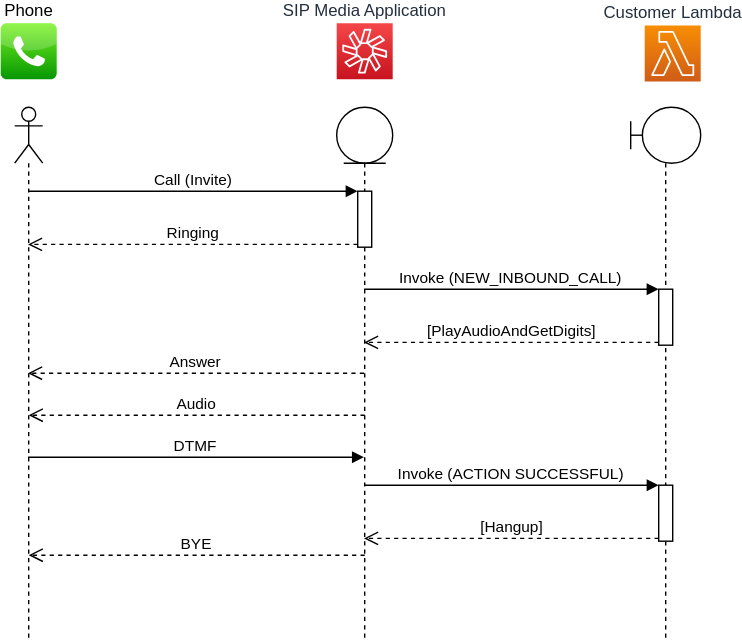
Above: images/Architecture.svg in thomas-mz/chime-sipmediaapplication-samples (draw.io), before the change. Source tidied: cells renumbered, new cells last; positions are measured from the earlier drawing's top-left corner, leaving out a move shared by most shapes.
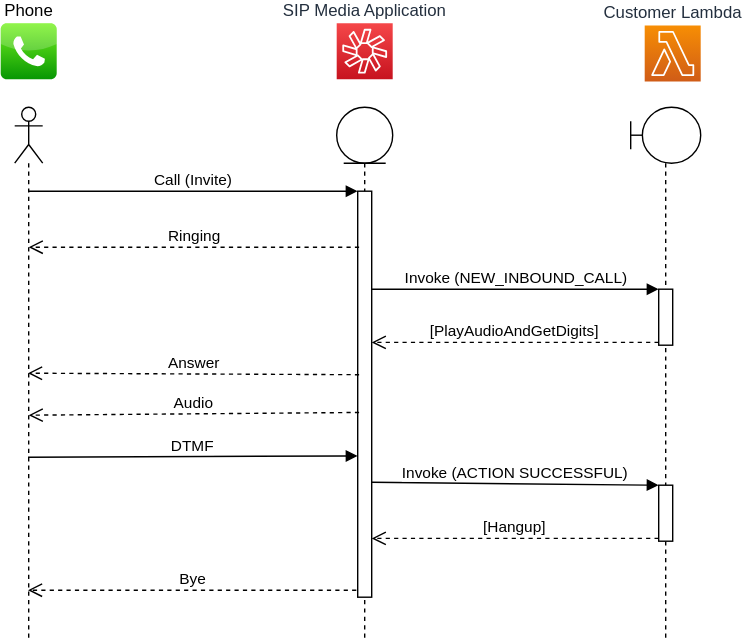
Above is the later version.

The edit, as a diff of the source:
```diff
@@ -15,7 +15,7 @@
       <mxGeometry x="240" y="60" width="40" height="380" as="geometry" />
     </mxCell>
     <mxCell id="6" style="html=1;points=[];perimeter=orthogonalPerimeter;" parent="5" vertex="1">
-      <mxGeometry x="15" y="60" width="10" height="40" as="geometry" />
+      <mxGeometry x="15" y="60" width="10" height="290" as="geometry" />
     </mxCell>
     <mxCell id="7" style="shape=umlLifeline;participant=umlActor;perimeter=lifelinePerimeter;whiteSpace=wrap;html=1;verticalAlign=top;spacingTop=36;labelBackgroundColor=#ffffff;outlineConnect=0;" parent="1" vertex="1">
       <mxGeometry x="10" y="60" width="20" height="380" as="geometry" />
@@ -32,43 +32,41 @@
     <mxCell id="11" value="Call (Invite)" style="html=1;verticalAlign=bottom;endArrow=block;entryX=0;entryY=0;" parent="1" edge="1" source="7" target="6">
       <mxGeometry relative="1" as="geometry" />
     </mxCell>
-    <mxCell id="12" value="Ringing" style="html=1;verticalAlign=bottom;endArrow=open;dashed=1;endSize=8;exitX=0;exitY=0.95;" parent="1" edge="1" source="6" target="7">
-      <mxGeometry relative="1" as="geometry" />
+    <mxCell id="12" value="Bye" style="html=1;verticalAlign=bottom;endArrow=open;endSize=8;exitX=-0.1;exitY=0.983;exitDx=0;exitDy=0;exitPerimeter=0;dashed=1;" parent="1" edge="1" source="6">
+      <mxGeometry relative="1" as="geometry">
+        <mxPoint x="19.5" y="405" as="targetPoint" />
+      </mxGeometry>
     </mxCell>
-    <mxCell id="13" value="Invoke (NEW_INBOUND_CALL)" style="html=1;verticalAlign=bottom;endArrow=block;entryX=0;entryY=0;" parent="1" edge="1" source="5" target="9">
+    <mxCell id="13" value="Invoke (NEW_INBOUND_CALL)" style="html=1;verticalAlign=bottom;endArrow=block;entryX=0;entryY=0;" parent="1" edge="1" source="6" target="9">
       <mxGeometry relative="1" as="geometry" />
     </mxCell>
-    <mxCell id="14" value="[PlayAudioAndGetDigits]" style="html=1;verticalAlign=bottom;endArrow=open;dashed=1;endSize=8;exitX=0;exitY=0.95;" parent="1" edge="1" source="9" target="5">
+    <mxCell id="14" value="[PlayAudioAndGetDigits]" style="html=1;verticalAlign=bottom;endArrow=open;dashed=1;endSize=8;exitX=0;exitY=0.95;" parent="1" edge="1" source="9" target="6">
       <mxGeometry relative="1" as="geometry" />
     </mxCell>
-    <mxCell id="15" value="Answer" style="html=1;verticalAlign=bottom;endArrow=open;dashed=1;endSize=8;" parent="1" edge="1">
+    <mxCell id="15" value="Answer" style="html=1;verticalAlign=bottom;endArrow=open;dashed=1;endSize=8;exitX=0.1;exitY=0.452;exitDx=0;exitDy=0;exitPerimeter=0;" parent="1" edge="1" source="6">
       <mxGeometry relative="1" as="geometry">
-        <mxPoint x="259.5" y="250" as="sourcePoint" />
         <mxPoint x="19.5" y="250" as="targetPoint" />
       </mxGeometry>
     </mxCell>
-    <mxCell id="16" value="Audio" style="html=1;verticalAlign=bottom;endArrow=open;endSize=8;dashed=1;" parent="1" edge="1">
+    <mxCell id="16" value="Audio" style="html=1;verticalAlign=bottom;endArrow=open;endSize=8;dashed=1;exitX=0.1;exitY=0.545;exitDx=0;exitDy=0;exitPerimeter=0;" parent="1" edge="1" source="6">
       <mxGeometry relative="1" as="geometry">
-        <mxPoint x="260" y="280" as="sourcePoint" />
         <mxPoint x="20" y="280" as="targetPoint" />
       </mxGeometry>
     </mxCell>
-    <mxCell id="17" value="DTMF" style="html=1;verticalAlign=bottom;endArrow=block;" parent="1" edge="1">
+    <mxCell id="17" value="DTMF" style="html=1;verticalAlign=bottom;endArrow=block;entryX=0;entryY=0.652;entryDx=0;entryDy=0;entryPerimeter=0;" parent="1" edge="1" target="6">
       <mxGeometry relative="1" as="geometry">
         <mxPoint x="19.5" y="310" as="sourcePoint" />
-        <mxPoint x="259.5" y="310" as="targetPoint" />
       </mxGeometry>
     </mxCell>
-    <mxCell id="18" value="Invoke (ACTION SUCCESSFUL)" style="html=1;verticalAlign=bottom;endArrow=block;entryX=0;entryY=0;" parent="1" edge="1" source="5" target="10">
+    <mxCell id="18" value="Invoke (ACTION SUCCESSFUL)" style="html=1;verticalAlign=bottom;endArrow=block;entryX=0;entryY=0;exitX=1;exitY=0.717;exitDx=0;exitDy=0;exitPerimeter=0;" parent="1" edge="1" source="6" target="10">
       <mxGeometry relative="1" as="geometry" />
     </mxCell>
-    <mxCell id="19" value="[Hangup]" style="html=1;verticalAlign=bottom;endArrow=open;dashed=1;endSize=8;exitX=0;exitY=0.95;" parent="1" edge="1" source="10" target="5">
+    <mxCell id="19" value="[Hangup]" style="html=1;verticalAlign=bottom;endArrow=open;dashed=1;endSize=8;exitX=0;exitY=0.95;" parent="1" edge="1" source="10" target="6">
       <mxGeometry relative="1" as="geometry" />
     </mxCell>
-    <mxCell id="20" value="BYE" style="html=1;verticalAlign=bottom;endArrow=open;dashed=1;endSize=8;" parent="1" edge="1">
+    <mxCell id="20" value="Ringing" style="html=1;verticalAlign=bottom;endArrow=open;dashed=1;endSize=8;exitX=0.1;exitY=0.138;exitDx=0;exitDy=0;exitPerimeter=0;" parent="1" edge="1" source="6">
       <mxGeometry relative="1" as="geometry">
-        <mxPoint x="260" y="380" as="sourcePoint" />
-        <mxPoint x="20" y="380" as="targetPoint" />
+        <mxPoint x="20" y="160" as="targetPoint" />
       </mxGeometry>
     </mxCell>
   </root>
```
